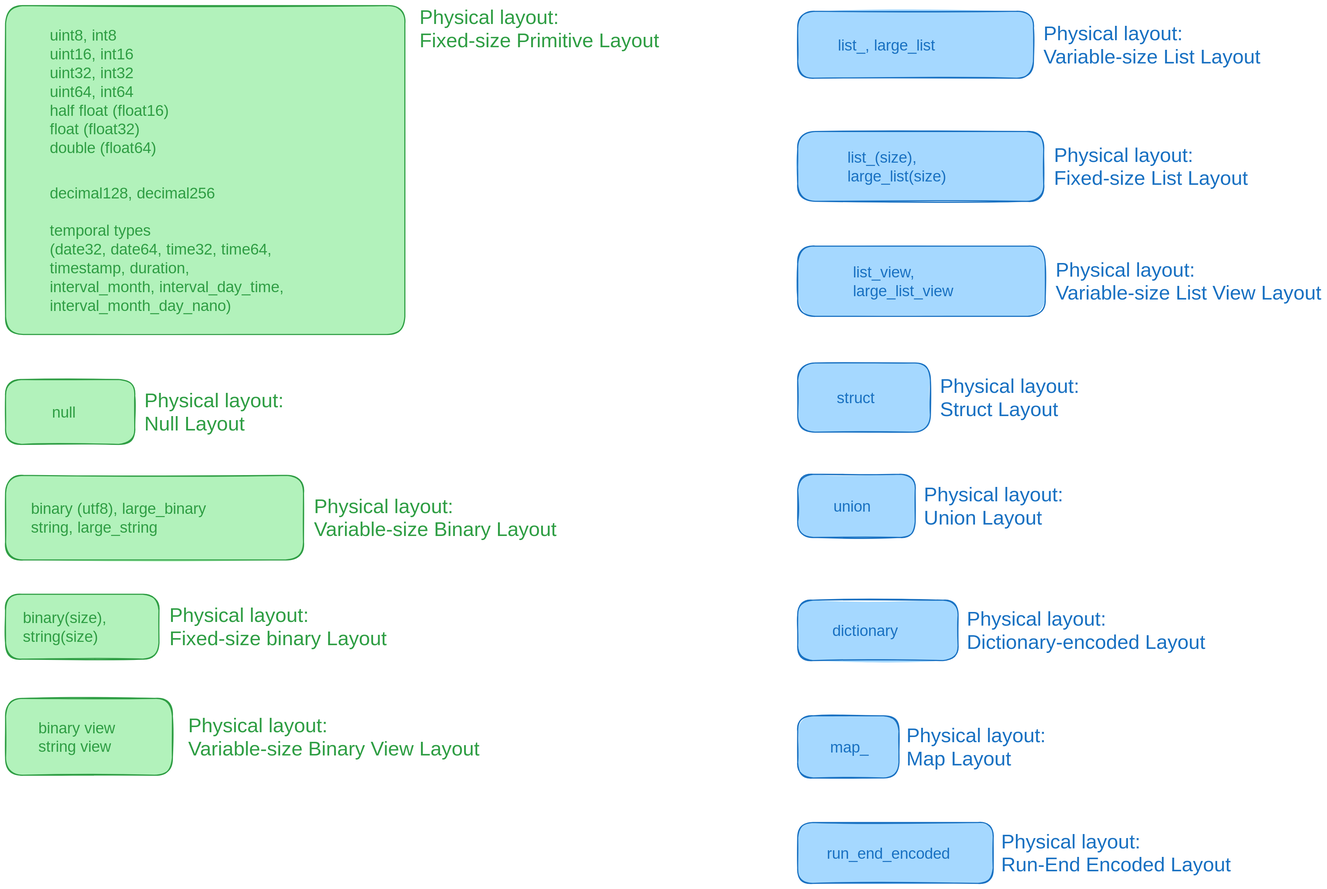
This is diagrams/all-types.svg from voltrondata-labs/2024-arrow-format-tutorial, a Excalidraw export, as it was before one commit. Source tidied: one line per element, renumbered; positions are measured from the earlier drawing's top-left corner, leaving out a move shared by most shapes.
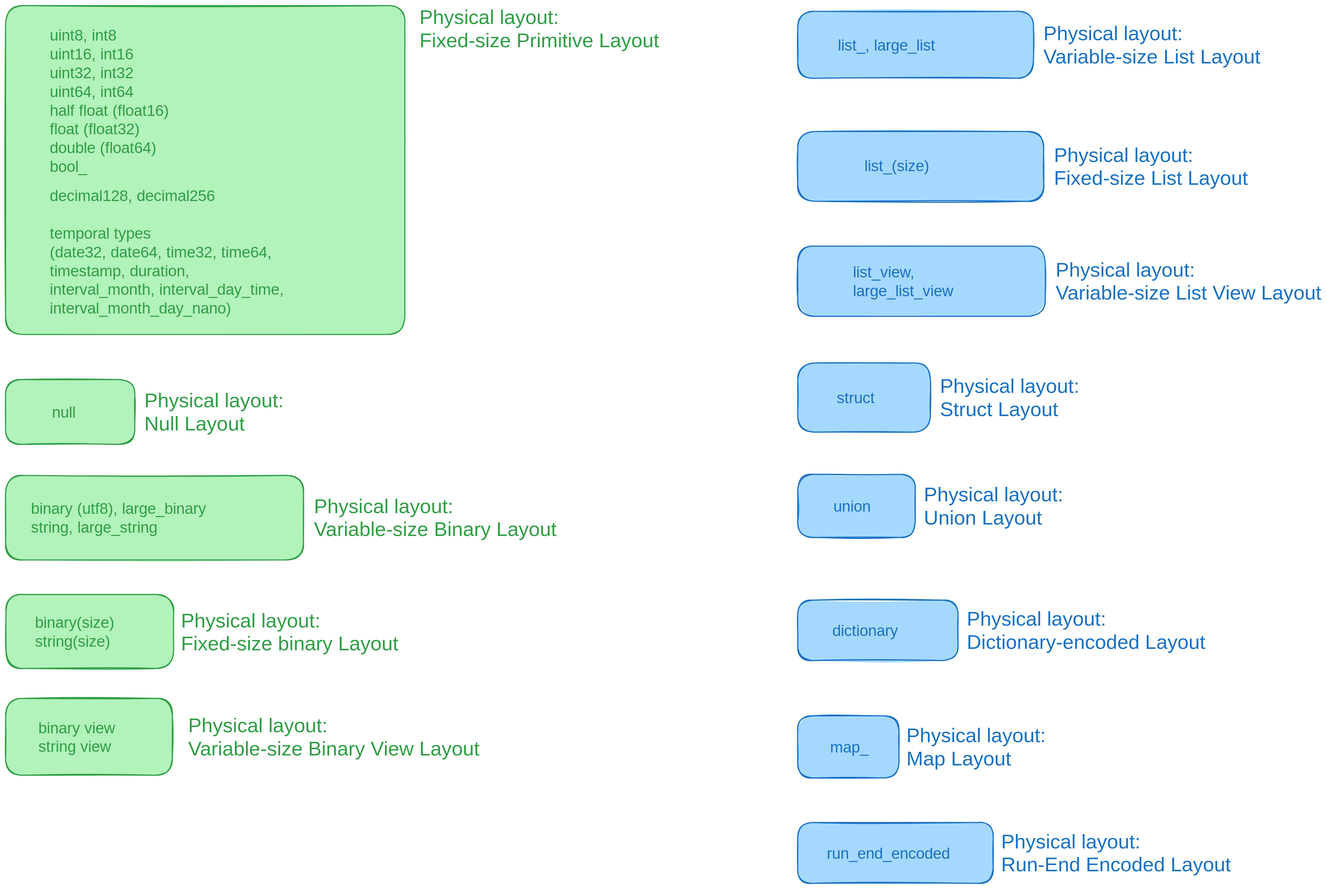
After the change.

What changed in the source:
```diff
@@ -1,6 +1,6 @@
 {"id": 0, "type": "rectangle", "strokeColor": "#2f9e44", "backgroundColor": "#b2f2bb", "fillStyle": "solid", "strokeWidth": 2, "roughness": 1, "round": true, "x": 0, "y": 0, "width": 717, "height": 590}
-{"id": 1, "type": "text", "text": "uint8, int8\nuint16, int16\nuint32, int32\nuint64, int64\nhalf float (float16)\nfloat (float32)\ndouble (float64)", "strokeColor": "#2f9e44", "strokeWidth": 2, "roughness": 1, "fontSize": 28, "fontFamily": 3, "x": 79, "y": 36, "width": 328, "height": 235}
+{"id": 1, "type": "text", "text": "uint8, int8\nuint16, int16\nuint32, int32\nuint64, int64\nhalf float (float16)\nfloat (float32)\ndouble (float64)\nbool_", "strokeColor": "#2f9e44", "strokeWidth": 2, "roughness": 1, "fontSize": 28, "fontFamily": 3, "x": 79, "y": 36, "width": 328, "height": 269}
-{"id": 2, "type": "text", "text": "decimal128, decimal256\n\ntemporal types\n(date32, date64, time32, time64,\ntimestamp, duration,\ninterval_month, interval_day_time,\ninterval_month_day_nano)", "strokeColor": "#2f9e44", "strokeWidth": 2, "roughness": 1, "fontSize": 28, "fontFamily": 3, "x": 79, "y": 319, "width": 558, "height": 235}
+{"id": 2, "type": "text", "text": "decimal128, decimal256\n\ntemporal types\n(date32, date64, time32, time64,\ntimestamp, duration,\ninterval_month, interval_day_time,\ninterval_month_day_nano)", "strokeColor": "#2f9e44", "strokeWidth": 2, "roughness": 1, "fontSize": 28, "fontFamily": 3, "x": 79, "y": 324, "width": 558, "height": 235}
 {"id": 3, "type": "text", "text": "Physical layout:\nFixed-size Primitive Layout", "strokeColor": "#2f9e44", "strokeWidth": 2, "roughness": 1, "fontSize": 36, "fontFamily": 2, "x": 743, "y": 0, "width": 430, "height": 83}
 {"id": 4, "type": "rectangle", "strokeColor": "#2f9e44", "backgroundColor": "#b2f2bb", "fillStyle": "solid", "strokeWidth": 2, "roughness": 1, "round": true, "x": 0, "y": 670, "width": 232, "height": 116}
 {"id": 5, "type": "text", "text": "null", "strokeColor": "#2f9e44", "strokeWidth": 2, "roughness": 1, "fontSize": 28, "fontFamily": 3, "x": 83, "y": 712, "width": 66, "height": 34}
@@ -8,9 +8,9 @@
 {"id": 7, "type": "rectangle", "strokeColor": "#2f9e44", "backgroundColor": "#b2f2bb", "fillStyle": "solid", "strokeWidth": 2, "roughness": 1, "round": true, "x": 0, "y": 842, "width": 535, "height": 152}
 {"id": 8, "type": "text", "text": "binary (utf8), large_binary\nstring, large_string", "strokeColor": "#2f9e44", "strokeWidth": 2, "roughness": 1, "fontSize": 28, "fontFamily": 3, "x": 46, "y": 885, "width": 443, "height": 67}
 {"id": 9, "type": "text", "text": "Physical layout:\nVariable-size Binary Layout", "strokeColor": "#2f9e44", "strokeWidth": 2, "roughness": 1, "fontSize": 36, "fontFamily": 2, "x": 553, "y": 877, "width": 436, "height": 83}
-{"id": 10, "type": "rectangle", "strokeColor": "#2f9e44", "backgroundColor": "#b2f2bb", "fillStyle": "solid", "strokeWidth": 2, "roughness": 1, "round": true, "x": 0, "y": 1056, "width": 275, "height": 116}
+{"id": 10, "type": "rectangle", "strokeColor": "#2f9e44", "backgroundColor": "#b2f2bb", "fillStyle": "solid", "strokeWidth": 2, "roughness": 1, "round": true, "x": 1, "y": 1056, "width": 301, "height": 133}
-{"id": 11, "type": "text", "text": "binary(size),\nstring(size)", "strokeColor": "#2f9e44", "strokeWidth": 2, "roughness": 1, "fontSize": 28, "fontFamily": 3, "x": 31, "y": 1080, "width": 213, "height": 67}
+{"id": 11, "type": "text", "text": "binary(size)\nstring(size)", "strokeColor": "#2f9e44", "strokeWidth": 2, "roughness": 1, "fontSize": 28, "fontFamily": 3, "x": 53, "y": 1089, "width": 197, "height": 67}
-{"id": 12, "type": "text", "text": "Physical layout:\nFixed-size binary Layout", "strokeColor": "#2f9e44", "strokeWidth": 2, "roughness": 1, "fontSize": 36, "fontFamily": 2, "x": 294, "y": 1072, "width": 390, "height": 83}
+{"id": 12, "type": "text", "text": "Physical layout:\nFixed-size binary Layout", "strokeColor": "#2f9e44", "strokeWidth": 2, "roughness": 1, "fontSize": 36, "fontFamily": 2, "x": 315, "y": 1082, "width": 390, "height": 83}
 {"id": 13, "type": "rectangle", "strokeColor": "#2f9e44", "backgroundColor": "#b2f2bb", "fillStyle": "solid", "strokeWidth": 2, "roughness": 1, "round": true, "x": 0, "y": 1242, "width": 299, "height": 138}
 {"id": 14, "type": "text", "text": "Physical layout:\nVariable-size Binary View Layout", "strokeColor": "#2f9e44", "strokeWidth": 2, "roughness": 1, "fontSize": 36, "fontFamily": 2, "x": 328, "y": 1270, "width": 523, "height": 83}
 {"id": 15, "type": "text", "text": "binary view\nstring view", "strokeColor": "#2f9e44", "strokeWidth": 2, "roughness": 1, "fontSize": 28, "fontFamily": 3, "x": 59, "y": 1278, "width": 180, "height": 67}
@@ -19,7 +19,7 @@
 {"id": 18, "type": "text", "text": "list_, large_list", "strokeColor": "#1971c2", "backgroundColor": "#a5d8ff", "fillStyle": "solid", "strokeWidth": 2, "roughness": 1, "fontSize": 28, "fontFamily": 3, "x": 1494, "y": 53, "width": 279, "height": 34}
 {"id": 19, "type": "rectangle", "strokeColor": "#1971c2", "backgroundColor": "#a5d8ff", "fillStyle": "solid", "strokeWidth": 2, "roughness": 1, "round": true, "x": 1422, "y": 226, "width": 442, "height": 125}
 {"id": 20, "type": "text", "text": "Physical layout:\nFixed-size List Layout", "strokeColor": "#1971c2", "backgroundColor": "#a5d8ff", "fillStyle": "solid", "strokeWidth": 2, "roughness": 1, "fontSize": 36, "fontFamily": 2, "x": 1881, "y": 247, "width": 348, "height": 83}
-{"id": 21, "type": "text", "text": "list_(size),\nlarge_list(size)", "strokeColor": "#1971c2", "backgroundColor": "#a5d8ff", "fillStyle": "solid", "strokeWidth": 2, "roughness": 1, "fontSize": 28, "fontFamily": 3, "x": 1511, "y": 255, "width": 262, "height": 67}
+{"id": 21, "type": "text", "text": "list_(size)", "strokeColor": "#1971c2", "backgroundColor": "#a5d8ff", "fillStyle": "solid", "strokeWidth": 2, "roughness": 1, "fontSize": 28, "fontFamily": 3, "x": 1541, "y": 270, "width": 180, "height": 34}
 {"id": 22, "type": "rectangle", "strokeColor": "#1971c2", "backgroundColor": "#a5d8ff", "fillStyle": "solid", "strokeWidth": 2, "roughness": 1, "round": true, "x": 1422, "y": 431, "width": 444, "height": 126}
 {"id": 23, "type": "text", "text": "Physical layout:\nVariable-size List View Layout", "strokeColor": "#1971c2", "backgroundColor": "#a5d8ff", "fillStyle": "solid", "strokeWidth": 2, "roughness": 1, "fontSize": 36, "fontFamily": 2, "x": 1884, "y": 453, "width": 477, "height": 83}
 {"id": 24, "type": "text", "text": "list_view,\nlarge_list_view", "strokeColor": "#1971c2", "backgroundColor": "#a5d8ff", "fillStyle": "hachure", "strokeWidth": 1, "strokeStyle": "dotted", "roughness": 2, "fontSize": 28, "fontFamily": 3, "x": 1521, "y": 461, "width": 246, "height": 67}
```
